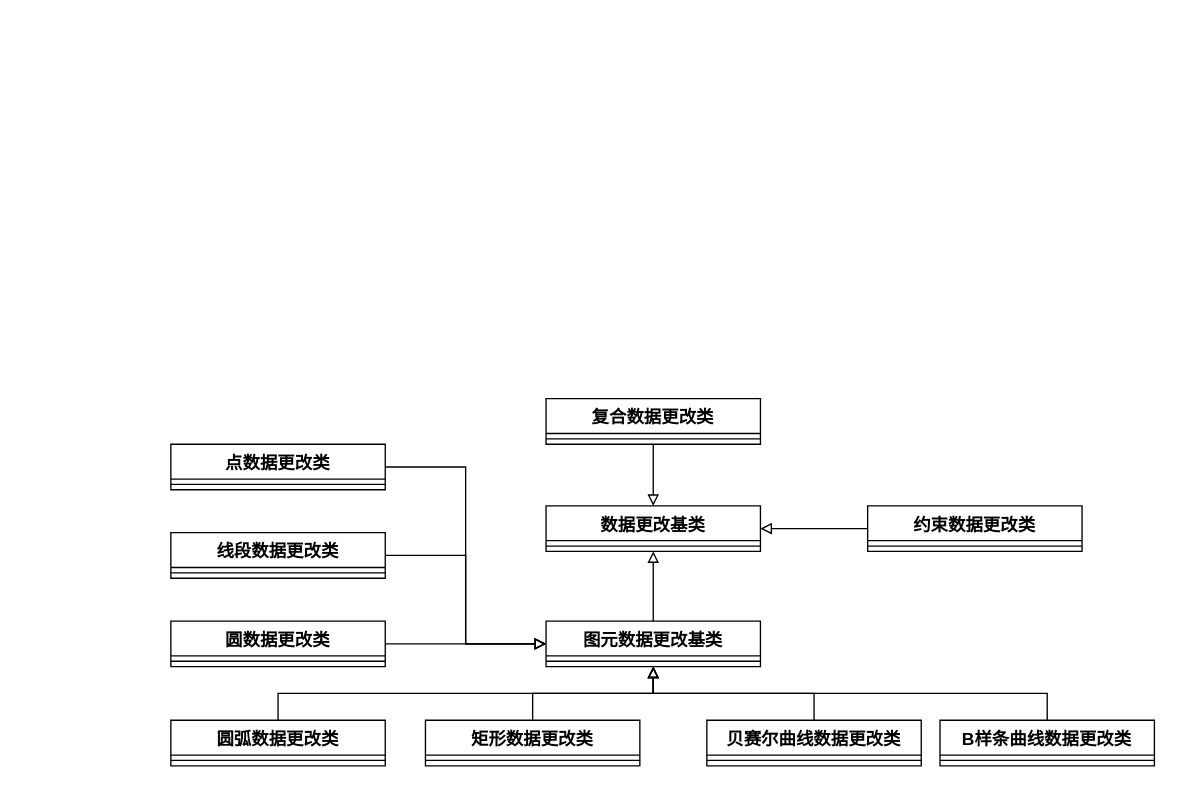
This is 草图命令类.drawio from liuhuliuhu123/First-test, a draw.io file, before an edit. Source tidied: cells renumbered, new cells numbered last; positions are measured from the earlier drawing's top-left corner, leaving out a move shared by most shapes. Both pictures are drawn from the tidied source at 134%, with x=0, y=0 at pixel (170, 398).
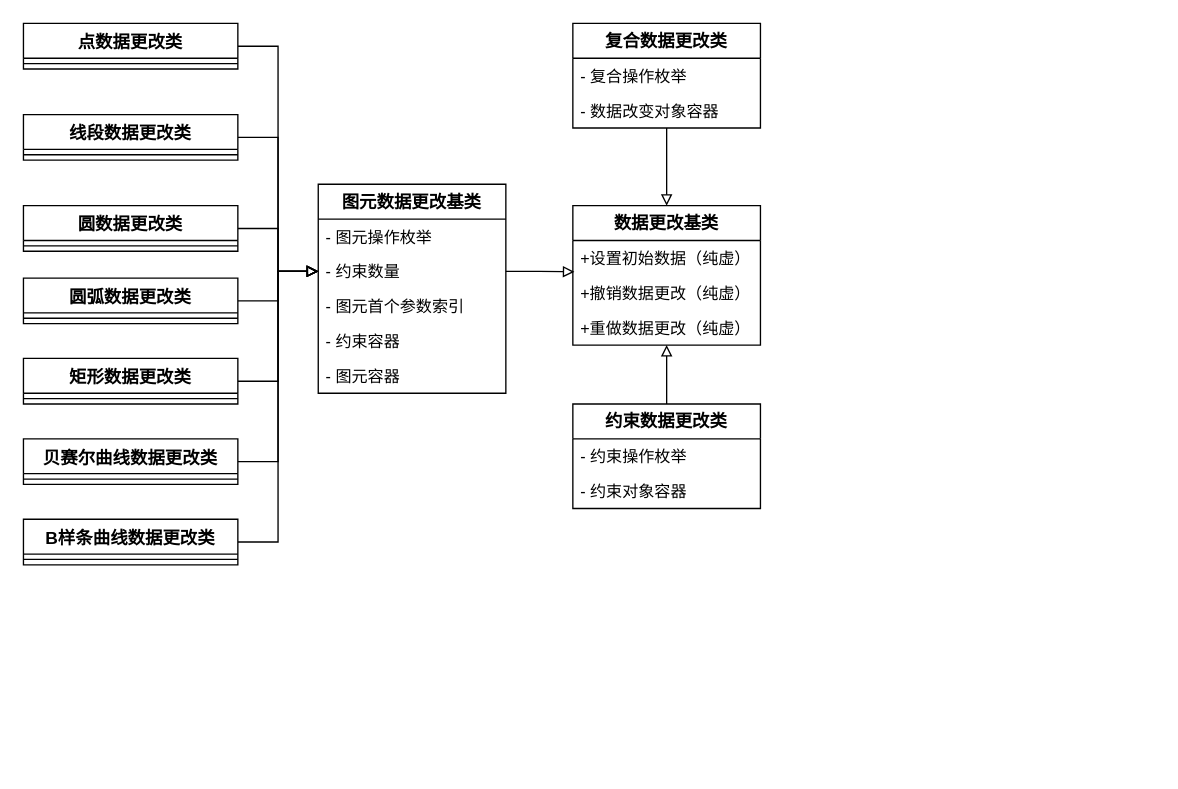
The same page after the edit.

Commit message:
更新草图命令类.drawio

Change to the diagram source:
```diff
@@
-    <mxCell id="2" value="数据更改基类" style="swimlane;fontStyle=1;align=center;verticalAlign=top;horizontal=1;startSize=26;whiteSpace=wrap;html=1;fontSize=13;" parent="1" vertex="1">
-      <mxGeometry x="280" y="80" width="160" height="34" as="geometry" />
-    </mxCell>
-    <mxCell id="3" style="line;strokeWidth=1;fillColor=none;align=left;verticalAlign=middle;spacingTop=-1;spacingLeft=3;spacingRight=3;labelPosition=right;strokeColor=inherit;fontSize=13;" parent="2" vertex="1">
-      <mxGeometry y="26" width="160" height="8" as="geometry" />
-    </mxCell>
-    <mxCell id="4" style="edgeStyle=orthogonalEdgeStyle;rounded=0;jettySize=auto;html=1;exitX=0.5;exitY=0;exitDx=0;exitDy=0;entryX=0.5;entryY=1;entryDx=0;entryDy=0;endArrow=block;endFill=0;fontSize=13;" parent="1" edge="1" source="5" target="20">
-      <mxGeometry relative="1" as="geometry" />
-    </mxCell>
+    <mxCell id="34" style="edgeStyle=orthogonalEdgeStyle;rounded=0;jettySize=auto;html=1;entryX=0;entryY=0.5;entryDx=0;entryDy=0;endArrow=block;endFill=0;" parent="1" edge="1" source="5" target="42">
+      <mxGeometry relative="1" as="geometry" />
+    </mxCell>
     <mxCell id="5" value="圆弧数据更改类" style="swimlane;fontStyle=1;align=center;verticalAlign=top;horizontal=1;startSize=26;whiteSpace=wrap;html=1;fontSize=13;" parent="1" vertex="1">
-      <mxGeometry y="240" width="160" height="34" as="geometry" />
+      <mxGeometry x="-110" y="-90" width="160" height="34" as="geometry" />
     </mxCell>
@@
-    <mxCell id="7" style="edgeStyle=orthogonalEdgeStyle;rounded=0;jettySize=auto;html=1;entryX=0.5;entryY=1;entryDx=0;entryDy=0;endArrow=block;endFill=0;fontSize=13;" parent="1" edge="1" source="8" target="20">
-      <mxGeometry relative="1" as="geometry">
-        <Array as="points">
-          <mxPoint x="270" y="220" />
-          <mxPoint x="360" y="220" />
-        </Array>
-      </mxGeometry>
-    </mxCell>
+    <mxCell id="35" style="edgeStyle=orthogonalEdgeStyle;rounded=0;jettySize=auto;html=1;entryX=0;entryY=0.5;entryDx=0;entryDy=0;endArrow=block;endFill=0;" parent="1" edge="1" source="8" target="42">
+      <mxGeometry relative="1" as="geometry">
+        <Array as="points">
+          <mxPoint x="80" y="-13" />
+          <mxPoint x="80" y="-95" />
+        </Array>
+      </mxGeometry>
+    </mxCell>
     <mxCell id="8" value="矩形数据更改类" style="swimlane;fontStyle=1;align=center;verticalAlign=top;horizontal=1;startSize=26;whiteSpace=wrap;html=1;fontSize=13;" parent="1" vertex="1">
-      <mxGeometry x="190" y="240" width="160" height="34" as="geometry" />
+      <mxGeometry x="-110" y="-30" width="160" height="34" as="geometry" />
     </mxCell>
@@
-    <mxCell id="10" style="edgeStyle=orthogonalEdgeStyle;rounded=0;jettySize=auto;html=1;entryX=0.5;entryY=1;entryDx=0;entryDy=0;endArrow=block;endFill=0;fontSize=13;" parent="1" edge="1" source="11" target="20">
-      <mxGeometry relative="1" as="geometry" />
-    </mxCell>
+    <mxCell id="36" style="edgeStyle=orthogonalEdgeStyle;rounded=0;jettySize=auto;html=1;entryX=0;entryY=0.5;entryDx=0;entryDy=0;endArrow=block;endFill=0;" parent="1" edge="1" source="11" target="42">
+      <mxGeometry relative="1" as="geometry">
+        <Array as="points">
+          <mxPoint x="80" y="47" />
+          <mxPoint x="80" y="-95" />
+        </Array>
+      </mxGeometry>
+    </mxCell>
     <mxCell id="11" value="贝赛尔曲线数据更改类" style="swimlane;fontStyle=1;align=center;verticalAlign=top;horizontal=1;startSize=26;whiteSpace=wrap;html=1;fontSize=13;" parent="1" vertex="1">
-      <mxGeometry x="400" y="240" width="160" height="34" as="geometry" />
+      <mxGeometry x="-110" y="30" width="160" height="34" as="geometry" />
     </mxCell>
@@
+    <mxCell id="37" style="edgeStyle=orthogonalEdgeStyle;rounded=0;jettySize=auto;html=1;entryX=0;entryY=0.5;entryDx=0;entryDy=0;endArrow=block;endFill=0;" parent="1" edge="1" source="23" target="42">
+      <mxGeometry relative="1" as="geometry">
+        <Array as="points">
+          <mxPoint x="80" y="-195" />
+          <mxPoint x="80" y="-95" />
+        </Array>
+      </mxGeometry>
+    </mxCell>
+    <mxCell id="23" value="线段数据更改类" style="swimlane;fontStyle=1;align=center;verticalAlign=top;horizontal=1;startSize=26;whiteSpace=wrap;html=1;fontSize=13;" parent="1" vertex="1">
+      <mxGeometry x="-110" y="-212" width="160" height="34" as="geometry" />
+    </mxCell>
+    <mxCell id="24" style="line;strokeWidth=1;fillColor=none;align=left;verticalAlign=middle;spacingTop=-1;spacingLeft=3;spacingRight=3;labelPosition=right;strokeColor=inherit;fontSize=13;" parent="23" vertex="1">
+      <mxGeometry y="26" width="160" height="8" as="geometry" />
+    </mxCell>
+    <mxCell id="38" style="edgeStyle=orthogonalEdgeStyle;rounded=0;jettySize=auto;html=1;entryX=0;entryY=0.5;entryDx=0;entryDy=0;endArrow=block;endFill=0;" parent="1" edge="1" source="26" target="42">
+      <mxGeometry relative="1" as="geometry">
+        <Array as="points">
+          <mxPoint x="80" y="-263" />
+          <mxPoint x="80" y="-95" />
+        </Array>
+      </mxGeometry>
+    </mxCell>
+    <mxCell id="26" value="点数据更改类" style="swimlane;fontStyle=1;align=center;verticalAlign=top;horizontal=1;startSize=26;whiteSpace=wrap;html=1;fontSize=13;" parent="1" vertex="1">
+      <mxGeometry x="-110" y="-280" width="160" height="34" as="geometry" />
+    </mxCell>
+    <mxCell id="27" style="line;strokeWidth=1;fillColor=none;align=left;verticalAlign=middle;spacingTop=-1;spacingLeft=3;spacingRight=3;labelPosition=right;strokeColor=inherit;fontSize=13;" parent="26" vertex="1">
+      <mxGeometry y="26" width="160" height="8" as="geometry" />
+    </mxCell>
+    <mxCell id="39" style="edgeStyle=orthogonalEdgeStyle;rounded=0;jettySize=auto;html=1;entryX=0;entryY=0.5;entryDx=0;entryDy=0;endArrow=block;endFill=0;" parent="1" edge="1" source="29" target="42">
+      <mxGeometry relative="1" as="geometry">
+        <Array as="points">
+          <mxPoint x="80" y="107" />
+          <mxPoint x="80" y="-95" />
+        </Array>
+      </mxGeometry>
+    </mxCell>
+    <mxCell id="29" value="B样条曲线数据更改类" style="swimlane;fontStyle=1;align=center;verticalAlign=top;horizontal=1;startSize=26;whiteSpace=wrap;html=1;fontSize=13;" parent="1" vertex="1">
+      <mxGeometry x="-110" y="90" width="160" height="34" as="geometry" />
+    </mxCell>
+    <mxCell id="30" style="line;strokeWidth=1;fillColor=none;align=left;verticalAlign=middle;spacingTop=-1;spacingLeft=3;spacingRight=3;labelPosition=right;strokeColor=inherit;fontSize=13;" parent="29" vertex="1">
+      <mxGeometry y="26" width="160" height="8" as="geometry" />
+    </mxCell>
+    <mxCell id="40" style="edgeStyle=orthogonalEdgeStyle;rounded=0;jettySize=auto;html=1;entryX=0;entryY=0.5;entryDx=0;entryDy=0;endArrow=block;endFill=0;" parent="1" edge="1" source="32" target="42">
+      <mxGeometry relative="1" as="geometry">
+        <Array as="points">
+          <mxPoint x="80" y="-127" />
+          <mxPoint x="80" y="-95" />
+        </Array>
+      </mxGeometry>
+    </mxCell>
+    <mxCell id="32" value="圆数据更改类" style="swimlane;fontStyle=1;align=center;verticalAlign=top;horizontal=1;startSize=26;whiteSpace=wrap;html=1;fontSize=13;" parent="1" vertex="1">
+      <mxGeometry x="-110" y="-144" width="160" height="34" as="geometry" />
+    </mxCell>
+    <mxCell id="33" style="line;strokeWidth=1;fillColor=none;align=left;verticalAlign=middle;spacingTop=-1;spacingLeft=3;spacingRight=3;labelPosition=right;strokeColor=inherit;fontSize=13;" parent="32" vertex="1">
+      <mxGeometry y="26" width="160" height="8" as="geometry" />
+    </mxCell>
+    <mxCell id="20" value="&lt;span style=&quot;font-size: 13px; font-weight: 700;&quot;&gt;图元数据更改基类&lt;/span&gt;" style="swimlane;fontStyle=0;horizontal=1;startSize=26;fillColor=none;whiteSpace=wrap;html=1;" parent="1" vertex="1">
+      <mxGeometry x="110" y="-160" width="140" height="156" as="geometry" />
+    </mxCell>
+    <mxCell id="41" value="- 图元操作枚举" style="text;strokeColor=none;fillColor=none;align=left;verticalAlign=top;spacingLeft=4;spacingRight=4;overflow=hidden;whiteSpace=wrap;html=1;" parent="20" vertex="1">
+      <mxGeometry y="26" width="140" height="26" as="geometry" />
+    </mxCell>
+    <mxCell id="42" value="- 约束数量" style="text;strokeColor=none;fillColor=none;align=left;verticalAlign=top;spacingLeft=4;spacingRight=4;overflow=hidden;points=[[0,0.5],[1,0.5]];portConstraint=eastwest;whiteSpace=wrap;html=1;" parent="20" vertex="1">
+      <mxGeometry y="52" width="140" height="26" as="geometry" />
+    </mxCell>
+    <mxCell id="43" value="- 图元首个参数索引" style="text;strokeColor=none;fillColor=none;align=left;verticalAlign=top;spacingLeft=4;spacingRight=4;overflow=hidden;whiteSpace=wrap;html=1;" parent="20" vertex="1">
+      <mxGeometry y="78" width="140" height="26" as="geometry" />
+    </mxCell>
+    <mxCell id="44" value="- 约束容器" style="text;strokeColor=none;fillColor=none;align=left;verticalAlign=top;spacingLeft=4;spacingRight=4;overflow=hidden;whiteSpace=wrap;html=1;" parent="20" vertex="1">
+      <mxGeometry y="104" width="140" height="26" as="geometry" />
+    </mxCell>
+    <mxCell id="45" value="- 图元容器" style="text;strokeColor=none;fillColor=none;align=left;verticalAlign=top;spacingLeft=4;spacingRight=4;overflow=hidden;whiteSpace=wrap;html=1;" parent="20" vertex="1">
+      <mxGeometry y="130" width="140" height="26" as="geometry" />
+    </mxCell>
+    <mxCell id="17" value="&lt;span style=&quot;font-size: 13px; font-weight: 700;&quot;&gt;约束数据更改类&lt;/span&gt;" style="swimlane;fontStyle=0;horizontal=1;startSize=26;fillColor=none;whiteSpace=wrap;html=1;" parent="1" vertex="1">
+      <mxGeometry x="300" y="4" width="140" height="78" as="geometry" />
+    </mxCell>
+    <mxCell id="46" value="- 约束操作枚举" style="text;strokeColor=none;fillColor=none;align=left;verticalAlign=top;spacingLeft=4;spacingRight=4;overflow=hidden;whiteSpace=wrap;html=1;" parent="17" vertex="1">
+      <mxGeometry y="26" width="140" height="26" as="geometry" />
+    </mxCell>
+    <mxCell id="47" value="- 约束对象容器" style="text;strokeColor=none;fillColor=none;align=left;verticalAlign=top;spacingLeft=4;spacingRight=4;overflow=hidden;whiteSpace=wrap;html=1;" parent="17" vertex="1">
+      <mxGeometry y="52" width="140" height="26" as="geometry" />
+    </mxCell>
-    <mxCell id="13" style="edgeStyle=orthogonalEdgeStyle;rounded=0;jettySize=auto;html=1;exitX=0.5;exitY=1;exitDx=0;exitDy=0;entryX=0.5;entryY=0;entryDx=0;entryDy=0;endArrow=block;endFill=0;fontSize=13;" parent="1" edge="1" source="14" target="2">
+    <mxCell id="13" style="edgeStyle=orthogonalEdgeStyle;rounded=0;jettySize=auto;html=1;endArrow=block;endFill=0;" parent="1" edge="1" source="14" target="2">
       <mxGeometry relative="1" as="geometry" />
     </mxCell>
-    <mxCell id="14" value="复合数据更改类" style="swimlane;fontStyle=1;align=center;verticalAlign=top;horizontal=1;startSize=26;whiteSpace=wrap;html=1;fontSize=13;" parent="1" vertex="1">
-      <mxGeometry x="280" width="160" height="34" as="geometry" />
+    <mxCell id="14" value="&lt;span style=&quot;font-size: 13px; font-weight: 700;&quot;&gt;复合数据更改类&lt;/span&gt;" style="swimlane;fontStyle=0;horizontal=1;startSize=26;fillColor=none;whiteSpace=wrap;html=1;" parent="1" vertex="1">
+      <mxGeometry x="300" y="-280" width="140" height="78" as="geometry" />
     </mxCell>
-    <mxCell id="15" style="line;strokeWidth=1;fillColor=none;align=left;verticalAlign=middle;spacingTop=-1;spacingLeft=3;spacingRight=3;labelPosition=right;strokeColor=inherit;fontSize=13;" parent="14" vertex="1">
-      <mxGeometry y="26" width="160" height="8" as="geometry" />
-    </mxCell>
-    <mxCell id="16" style="edgeStyle=orthogonalEdgeStyle;rounded=0;jettySize=auto;html=1;entryX=1;entryY=0.5;entryDx=0;entryDy=0;endArrow=block;endFill=0;fontSize=13;" parent="1" edge="1" source="17" target="2">
-      <mxGeometry relative="1" as="geometry" />
-    </mxCell>
-    <mxCell id="17" value="约束数据更改类" style="swimlane;fontStyle=1;align=center;verticalAlign=top;horizontal=1;startSize=26;whiteSpace=wrap;html=1;fontSize=13;" parent="1" vertex="1">
-      <mxGeometry x="520" y="80" width="160" height="34" as="geometry" />
-    </mxCell>
-    <mxCell id="18" style="line;strokeWidth=1;fillColor=none;align=left;verticalAlign=middle;spacingTop=-1;spacingLeft=3;spacingRight=3;labelPosition=right;strokeColor=inherit;fontSize=13;" parent="17" vertex="1">
-      <mxGeometry y="26" width="160" height="8" as="geometry" />
-    </mxCell>
-    <mxCell id="19" style="edgeStyle=orthogonalEdgeStyle;rounded=0;jettySize=auto;html=1;entryX=0.5;entryY=1;entryDx=0;entryDy=0;endArrow=block;endFill=0;fontSize=13;" parent="1" edge="1" source="20" target="2">
-      <mxGeometry relative="1" as="geometry" />
-    </mxCell>
-    <mxCell id="20" value="图元数据更改基类" style="swimlane;fontStyle=1;align=center;verticalAlign=top;horizontal=1;startSize=26;whiteSpace=wrap;html=1;fontSize=13;" parent="1" vertex="1">
-      <mxGeometry x="280" y="166" width="160" height="34" as="geometry" />
-    </mxCell>
-    <mxCell id="21" style="line;strokeWidth=1;fillColor=none;align=left;verticalAlign=middle;spacingTop=-1;spacingLeft=3;spacingRight=3;labelPosition=right;strokeColor=inherit;fontSize=13;" parent="20" vertex="1">
-      <mxGeometry y="26" width="160" height="8" as="geometry" />
-    </mxCell>
-    <mxCell id="22" style="edgeStyle=orthogonalEdgeStyle;rounded=0;jettySize=auto;html=1;entryX=0;entryY=0.5;entryDx=0;entryDy=0;endArrow=block;endFill=0;fontSize=13;" parent="1" edge="1" source="23" target="20">
-      <mxGeometry relative="1" as="geometry" />
-    </mxCell>
-    <mxCell id="23" value="线段数据更改类" style="swimlane;fontStyle=1;align=center;verticalAlign=top;horizontal=1;startSize=26;whiteSpace=wrap;html=1;fontSize=13;" parent="1" vertex="1">
-      <mxGeometry y="100" width="160" height="34" as="geometry" />
-    </mxCell>
-    <mxCell id="24" style="line;strokeWidth=1;fillColor=none;align=left;verticalAlign=middle;spacingTop=-1;spacingLeft=3;spacingRight=3;labelPosition=right;strokeColor=inherit;fontSize=13;" parent="23" vertex="1">
-      <mxGeometry y="26" width="160" height="8" as="geometry" />
-    </mxCell>
-    <mxCell id="25" style="edgeStyle=orthogonalEdgeStyle;rounded=0;jettySize=auto;html=1;entryX=0;entryY=0.5;entryDx=0;entryDy=0;endArrow=block;endFill=0;fontSize=13;" parent="1" edge="1" source="26" target="20">
-      <mxGeometry relative="1" as="geometry" />
-    </mxCell>
-    <mxCell id="26" value="点数据更改类" style="swimlane;fontStyle=1;align=center;verticalAlign=top;horizontal=1;startSize=26;whiteSpace=wrap;html=1;fontSize=13;" parent="1" vertex="1">
-      <mxGeometry y="34" width="160" height="34" as="geometry" />
-    </mxCell>
-    <mxCell id="27" style="line;strokeWidth=1;fillColor=none;align=left;verticalAlign=middle;spacingTop=-1;spacingLeft=3;spacingRight=3;labelPosition=right;strokeColor=inherit;fontSize=13;" parent="26" vertex="1">
-      <mxGeometry y="26" width="160" height="8" as="geometry" />
-    </mxCell>
-    <mxCell id="28" style="edgeStyle=orthogonalEdgeStyle;rounded=0;jettySize=auto;html=1;exitX=0.5;exitY=0;exitDx=0;exitDy=0;entryX=0.5;entryY=1;entryDx=0;entryDy=0;endArrow=block;endFill=0;fontSize=13;" parent="1" edge="1" source="29" target="20">
-      <mxGeometry relative="1" as="geometry" />
-    </mxCell>
-    <mxCell id="29" value="B样条曲线数据更改类" style="swimlane;fontStyle=1;align=center;verticalAlign=top;horizontal=1;startSize=26;whiteSpace=wrap;html=1;fontSize=13;" parent="1" vertex="1">
-      <mxGeometry x="574" y="240" width="160" height="34" as="geometry" />
-    </mxCell>
-    <mxCell id="30" style="line;strokeWidth=1;fillColor=none;align=left;verticalAlign=middle;spacingTop=-1;spacingLeft=3;spacingRight=3;labelPosition=right;strokeColor=inherit;fontSize=13;" parent="29" vertex="1">
-      <mxGeometry y="26" width="160" height="8" as="geometry" />
-    </mxCell>
-    <mxCell id="31" style="edgeStyle=orthogonalEdgeStyle;rounded=0;jettySize=auto;html=1;endArrow=block;endFill=0;fontSize=13;" parent="1" edge="1" source="32">
-      <mxGeometry relative="1" as="geometry">
-        <mxPoint x="280" y="183" as="targetPoint" />
-      </mxGeometry>
-    </mxCell>
-    <mxCell id="32" value="圆数据更改类" style="swimlane;fontStyle=1;align=center;verticalAlign=top;horizontal=1;startSize=26;whiteSpace=wrap;html=1;fontSize=13;" parent="1" vertex="1">
-      <mxGeometry y="166" width="160" height="34" as="geometry" />
-    </mxCell>
-    <mxCell id="33" style="line;strokeWidth=1;fillColor=none;align=left;verticalAlign=middle;spacingTop=-1;spacingLeft=3;spacingRight=3;labelPosition=right;strokeColor=inherit;fontSize=13;" parent="32" vertex="1">
-      <mxGeometry y="26" width="160" height="8" as="geometry" />
-    </mxCell>
+    <mxCell id="48" value="- 复合操作枚举" style="text;strokeColor=none;fillColor=none;align=left;verticalAlign=top;spacingLeft=4;spacingRight=4;overflow=hidden;whiteSpace=wrap;html=1;" parent="14" vertex="1">
+      <mxGeometry y="26" width="140" height="26" as="geometry" />
+    </mxCell>
+    <mxCell id="49" value="- 数据改变对象容器" style="text;strokeColor=none;fillColor=none;align=left;verticalAlign=top;spacingLeft=4;spacingRight=4;overflow=hidden;whiteSpace=wrap;html=1;" parent="14" vertex="1">
+      <mxGeometry y="52" width="140" height="26" as="geometry" />
+    </mxCell>
+    <mxCell id="2" value="&lt;span style=&quot;font-size: 13px; font-weight: 700;&quot;&gt;数据更改基类&lt;/span&gt;" style="swimlane;fontStyle=0;horizontal=1;startSize=26;fillColor=none;whiteSpace=wrap;html=1;" parent="1" vertex="1">
+      <mxGeometry x="300" y="-144" width="140" height="104" as="geometry" />
+    </mxCell>
+    <mxCell id="50" value="+设置初始数据（纯虚）" style="text;strokeColor=none;fillColor=none;align=left;verticalAlign=top;spacingLeft=4;spacingRight=4;overflow=hidden;points=[[0,0.5],[1,0.5]];portConstraint=eastwest;whiteSpace=wrap;html=1;" parent="2" vertex="1">
+      <mxGeometry y="26" width="140" height="26" as="geometry" />
+    </mxCell>
+    <mxCell id="51" value="+撤销数据更改（纯虚）" style="text;strokeColor=none;fillColor=none;align=left;verticalAlign=top;spacingLeft=4;spacingRight=4;overflow=hidden;whiteSpace=wrap;html=1;" parent="2" vertex="1">
+      <mxGeometry y="52" width="140" height="26" as="geometry" />
+    </mxCell>
+    <mxCell id="52" value="+重做数据更改（纯虚）" style="text;strokeColor=none;fillColor=none;align=left;verticalAlign=top;spacingLeft=4;spacingRight=4;overflow=hidden;points=[[0,0.5],[1,0.5]];portConstraint=eastwest;whiteSpace=wrap;html=1;" parent="2" vertex="1">
+      <mxGeometry y="78" width="140" height="26" as="geometry" />
+    </mxCell>
+    <mxCell id="53" style="edgeStyle=orthogonalEdgeStyle;rounded=0;jettySize=auto;html=1;entryX=0.008;entryY=0.898;entryDx=0;entryDy=0;entryPerimeter=0;endArrow=block;endFill=0;" parent="1" edge="1" source="42" target="50">
+      <mxGeometry relative="1" as="geometry" />
+    </mxCell>
+    <mxCell id="54" style="edgeStyle=orthogonalEdgeStyle;rounded=0;jettySize=auto;html=1;entryX=0.5;entryY=1;entryDx=0;entryDy=0;entryPerimeter=0;endArrow=block;endFill=0;" parent="1" edge="1" source="17" target="52">
+      <mxGeometry relative="1" as="geometry" />
+    </mxCell>
```
